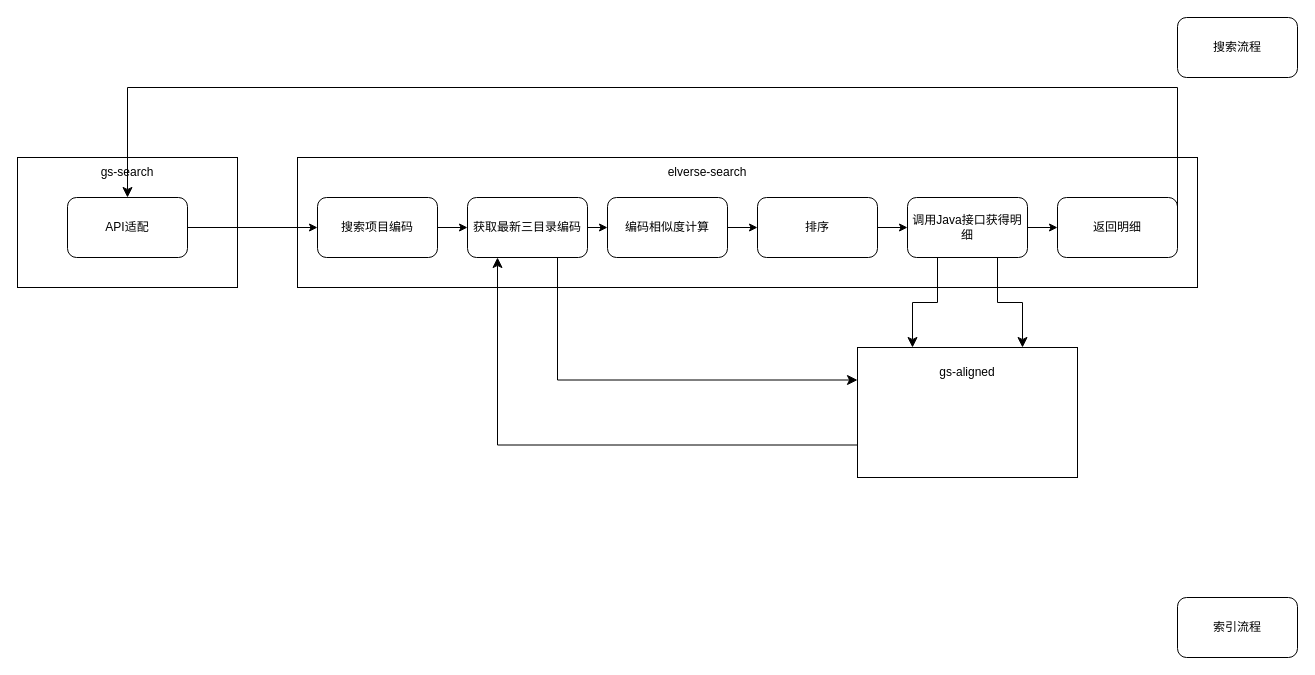
The draw.io diagram 对码/国寿三目录架构图.drawio in XiaoLiuAI/diagrams, before the edit. Source tidied: cells renumbered, new cells numbered last; positions are measured from the earlier drawing's top-left corner, leaving out a move shared by most shapes. Both pictures are drawn from the tidied source at 100%, with x=0, y=0 at pixel (17, 17).
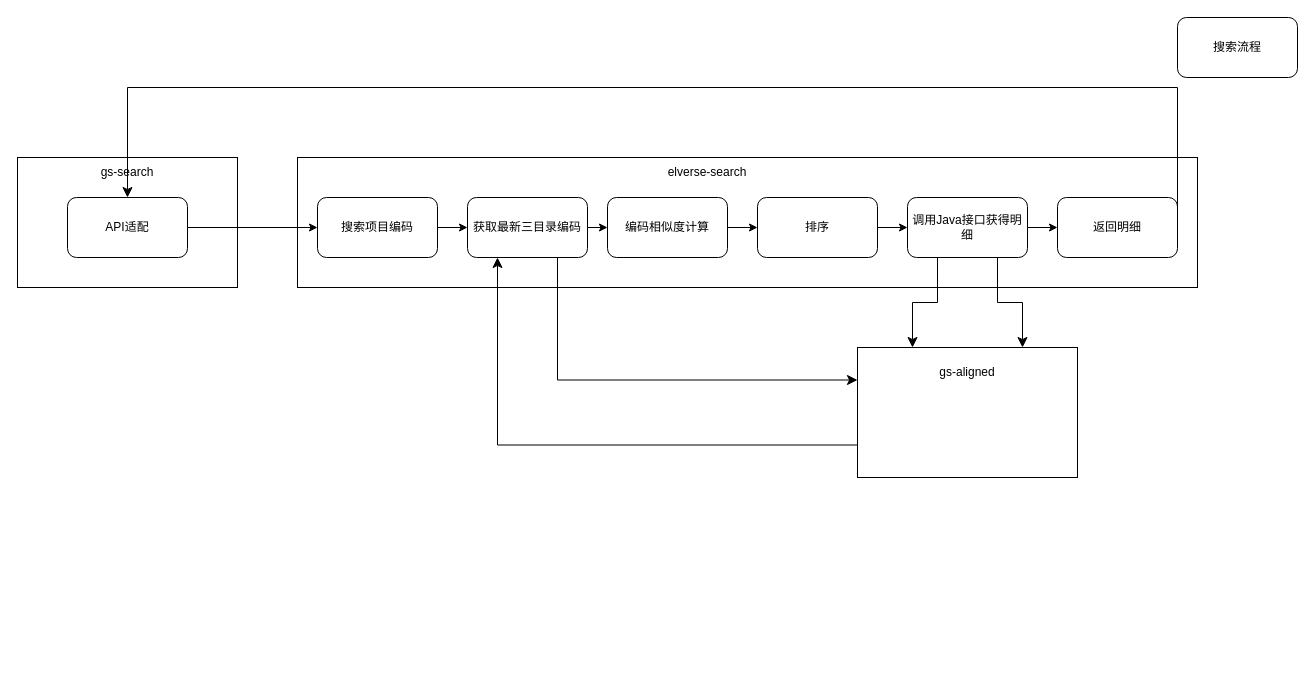
The same page after the edit.

Commit message (it also covers changes not shown here):
更新国寿三目录架构图.drawio

Diff of the diagram source:
```diff
@@
-    <mxCell id="23" value="索引流程" style="rounded=1;whiteSpace=wrap;html=1;" parent="1" vertex="1">
-      <mxGeometry x="1160" y="580" width="120" height="60" as="geometry" />
-    </mxCell>
```
